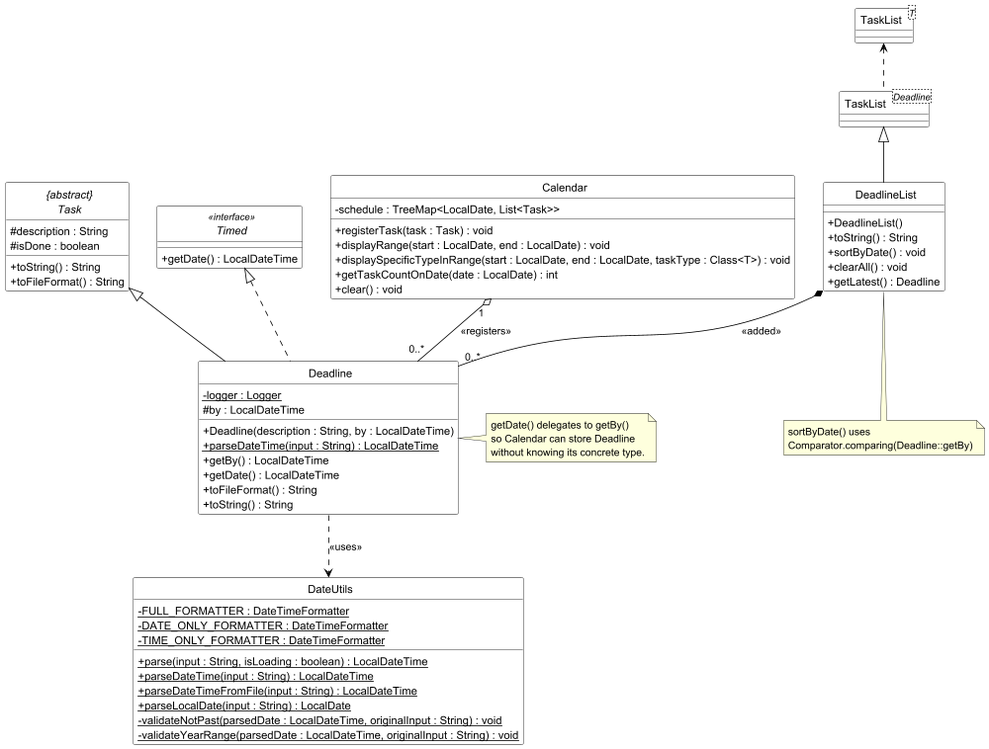
Earlier version of the PlantUML export docs/pictures/deadlineClassDiagram.png (marken9/tp). Source of this version:
```plantuml
@startuml DeadlineClassDiagram
skinparam classAttributeIconSize 0
skinparam CircledCharacterFontSize 0
skinparam CircledCharacterRadius 0
skinparam class {
    BackgroundColor White
    BorderColor Black
    ArrowColor Black
}

interface Timed <<interface>> {
    + getDate() : LocalDateTime
}

abstract class "{abstract}\nTask" as Task{
    # description : String
    # isDone : boolean
    + toString() : String
    + toFileFormat() : String
}

class Deadline {
    - logger : Logger {static}
    # by : LocalDateTime
    + Deadline(description : String, by : LocalDateTime)
    + parseDateTime(input : String) : LocalDateTime {static}
    + getBy() : LocalDateTime
    + getDate() : LocalDateTime
    + toFileFormat() : String
    + toString() : String
}

class DeadlineList {
    + DeadlineList()
    + toString() : String
    + sortByDate() : void
    + clearAll() : void
    + getLatest() : Deadline
}

class "TaskList<T>" as TaskListT {
}

class "TaskList<Deadline>" as TaskListDeadline {
}


class DateUtils {
    - FULL_FORMATTER : DateTimeFormatter {static}
    - DATE_ONLY_FORMATTER : DateTimeFormatter {static}
    - TIME_ONLY_FORMATTER : DateTimeFormatter {static}
    + parse(input : String, isLoading : boolean) : LocalDateTime {static}
    + parseDateTime(input : String) : LocalDateTime {static}
    + parseDateTimeFromFile(input : String) : LocalDateTime {static}
    + parseLocalDate(input : String) : LocalDate {static}
    - validateNotPast(parsedDate : LocalDateTime, originalInput : String) : void {static}
    - validateYearRange(parsedDate : LocalDateTime, originalInput : String) : void {static}
}

class Calendar {
    - schedule : TreeMap<LocalDate, List<Task>>
    + registerTask(task : Task) : void
    + displayRange(start : LocalDate, end : LocalDate) : void
    + displaySpecificTypeInRange(start : LocalDate, end : LocalDate, taskType : Class<T>) : void
    + getTaskCountOnDate(date : LocalDate) : int
    + clear() : void
}

Task <|-- Deadline
Timed <|.. Deadline
TaskListT <.. TaskListDeadline
TaskListDeadline <|-- DeadlineList
DeadlineList *-- "0..*" Deadline : <<added>>
Deadline ..> DateUtils : <<uses>>
Calendar "1" o-- "0..*" Deadline : <<registers>>

note right of Deadline
  getDate() delegates to getBy()
  so Calendar can store Deadline
  without knowing its concrete type.
end note

note bottom of DeadlineList
  sortByDate() uses
  Comparator.comparing(Deadline::getBy)
end note

@enduml
```
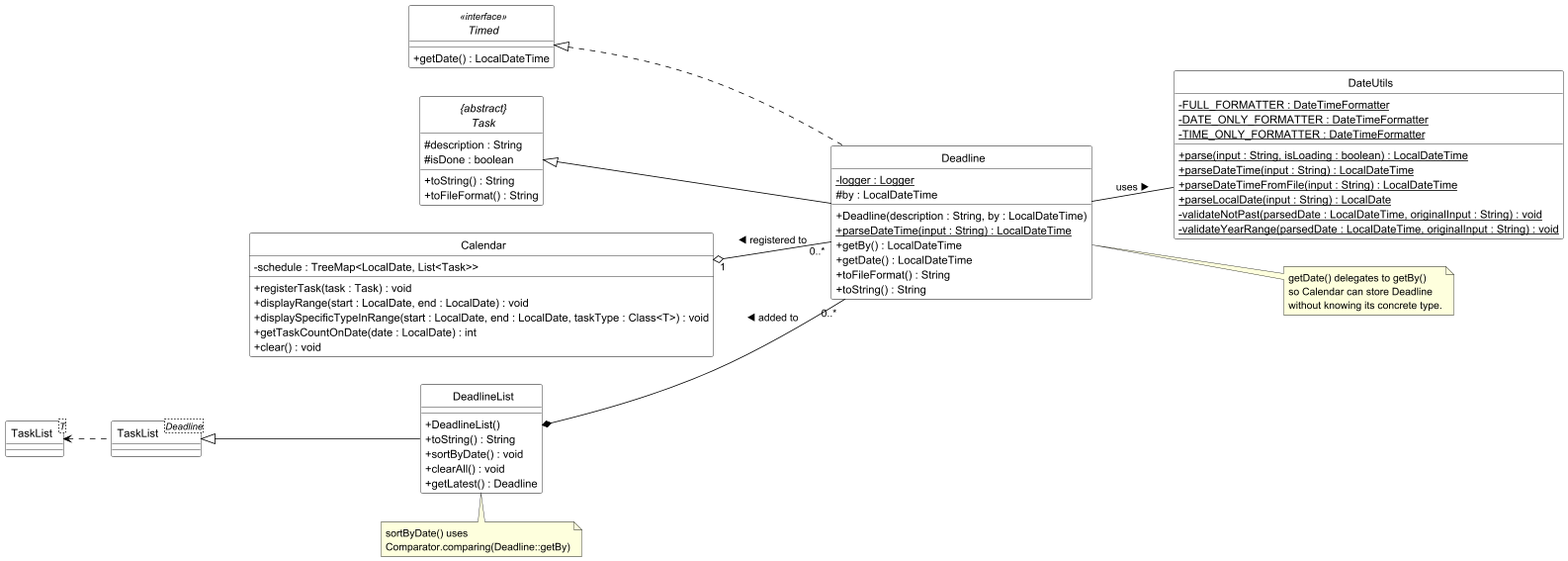
Above is the later version.

Change to the diagram source:
```diff
@@ -1,4 +1,6 @@
 @startuml DeadlineClassDiagram
+
+left to right direction
 skinparam classAttributeIconSize 0
 skinparam CircledCharacterFontSize 0
 skinparam CircledCharacterRadius 0
@@ -70,9 +72,9 @@
 Timed <|.. Deadline
 TaskListT <.. TaskListDeadline
 TaskListDeadline <|-- DeadlineList
-DeadlineList *-- "0..*" Deadline : <<added>>
-Deadline ..> DateUtils : <<uses>>
-Calendar "1" o-- "0..*" Deadline : <<registers>>
+DeadlineList *-- "0..*" Deadline :  ◀ added to
+Deadline -- DateUtils : uses ▶
+Calendar "1" o-- "0..*" Deadline : ◀ registered to
 
 note right of Deadline
   getDate() delegates to getBy()
```
